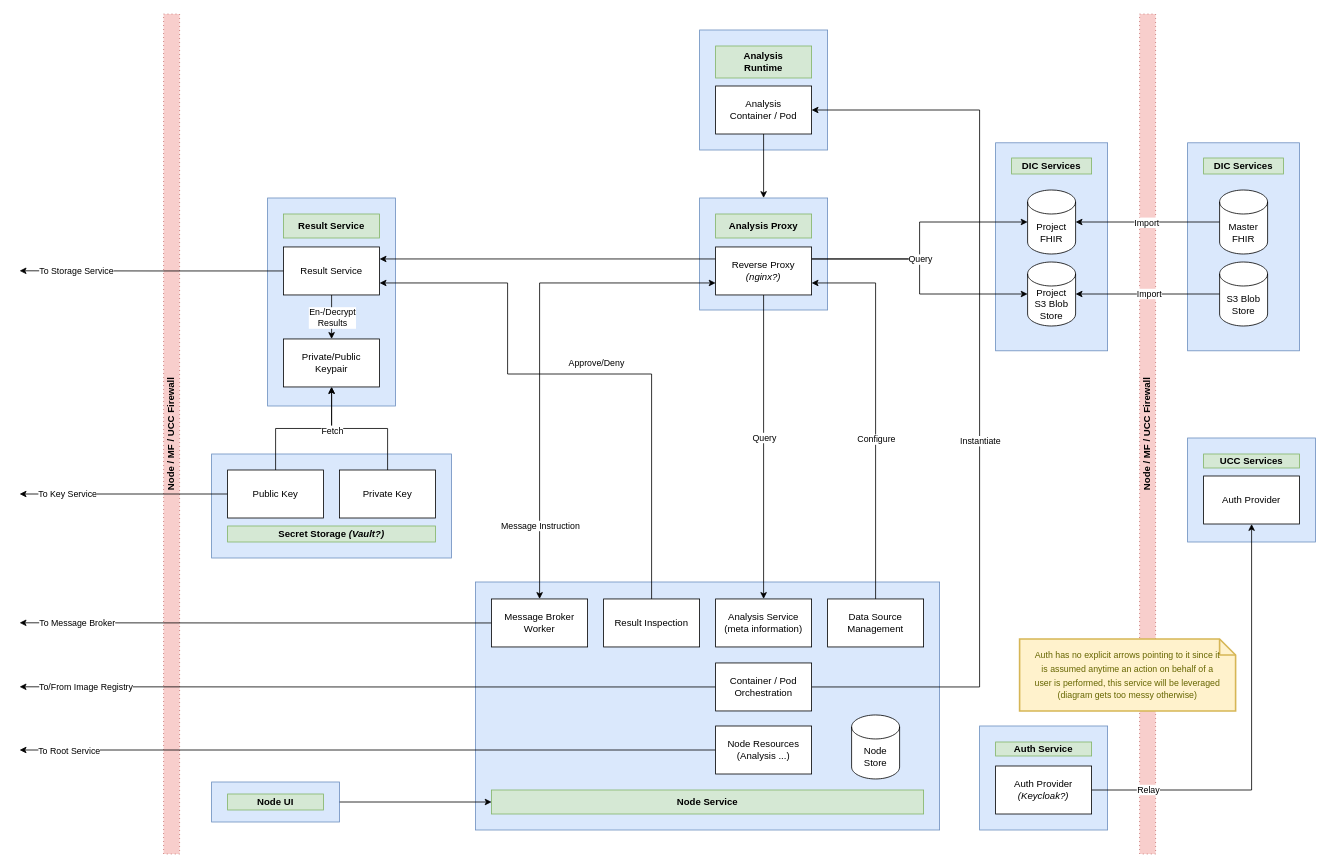
Earlier version of the draw.io diagram architecture/services-node-draft.drawio (PrivateAIM/diagrams). Source tidied: cells renumbered, new cells numbered last; positions are measured from the earlier drawing's top-left corner, leaving out a move shared by most shapes. Both pictures are drawn from the tidied source at 80%, with x=0, y=0 at pixel (19, 14).
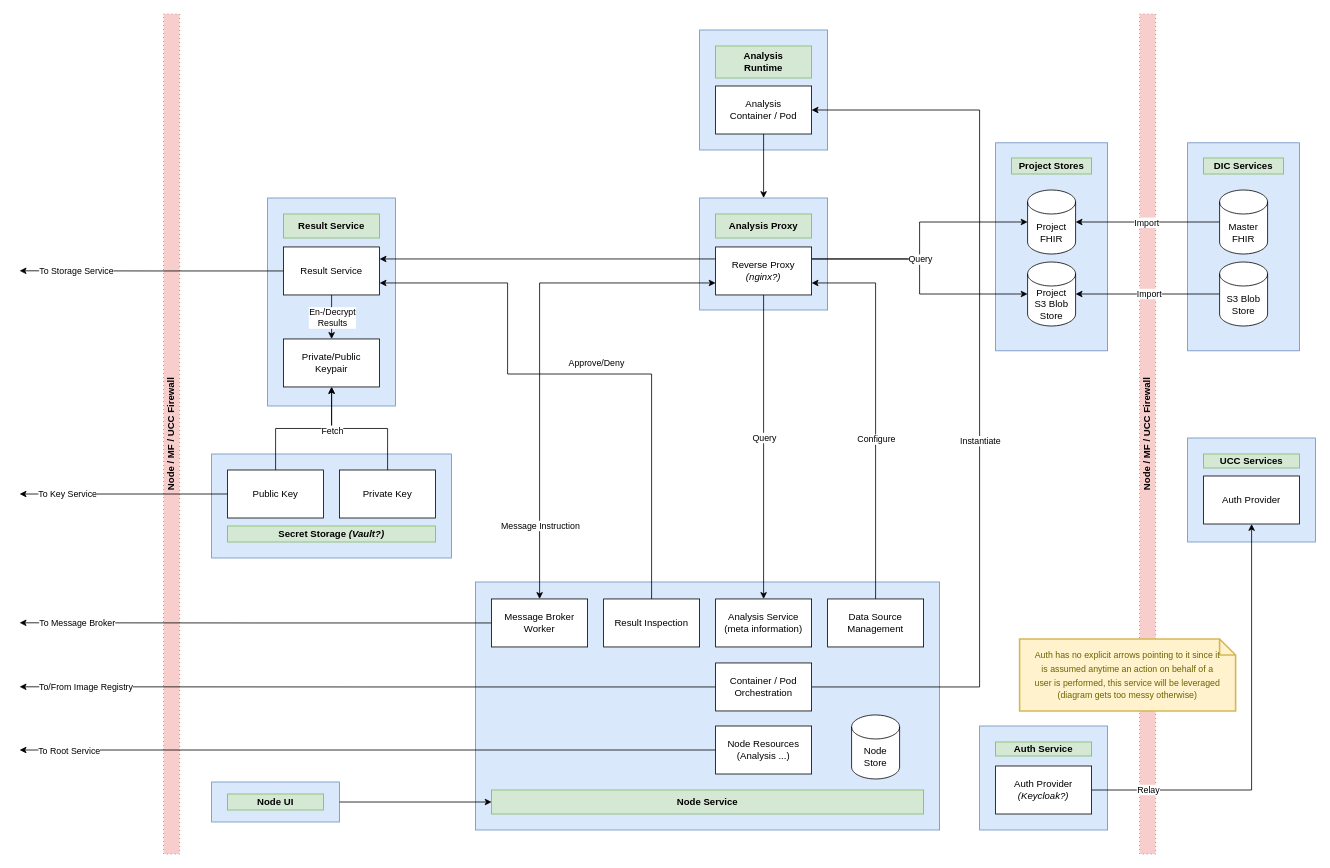
The same diagram, later.

Commit message:
fix: change name of stores within node

What changed in the source:
```diff
@@
-    <mxCell id="74" value="DIC Services" style="rounded=0;whiteSpace=wrap;html=1;fillColor=#d5e8d4;strokeColor=#82b366;fontStyle=1;" parent="1" vertex="1">
+    <mxCell id="74" value="Project Stores" style="rounded=0;whiteSpace=wrap;html=1;fillColor=#d5e8d4;strokeColor=#82b366;fontStyle=1;" parent="1" vertex="1">
       <mxGeometry x="1240" y="180" width="100" height="20" as="geometry" />
     </mxCell>
```
